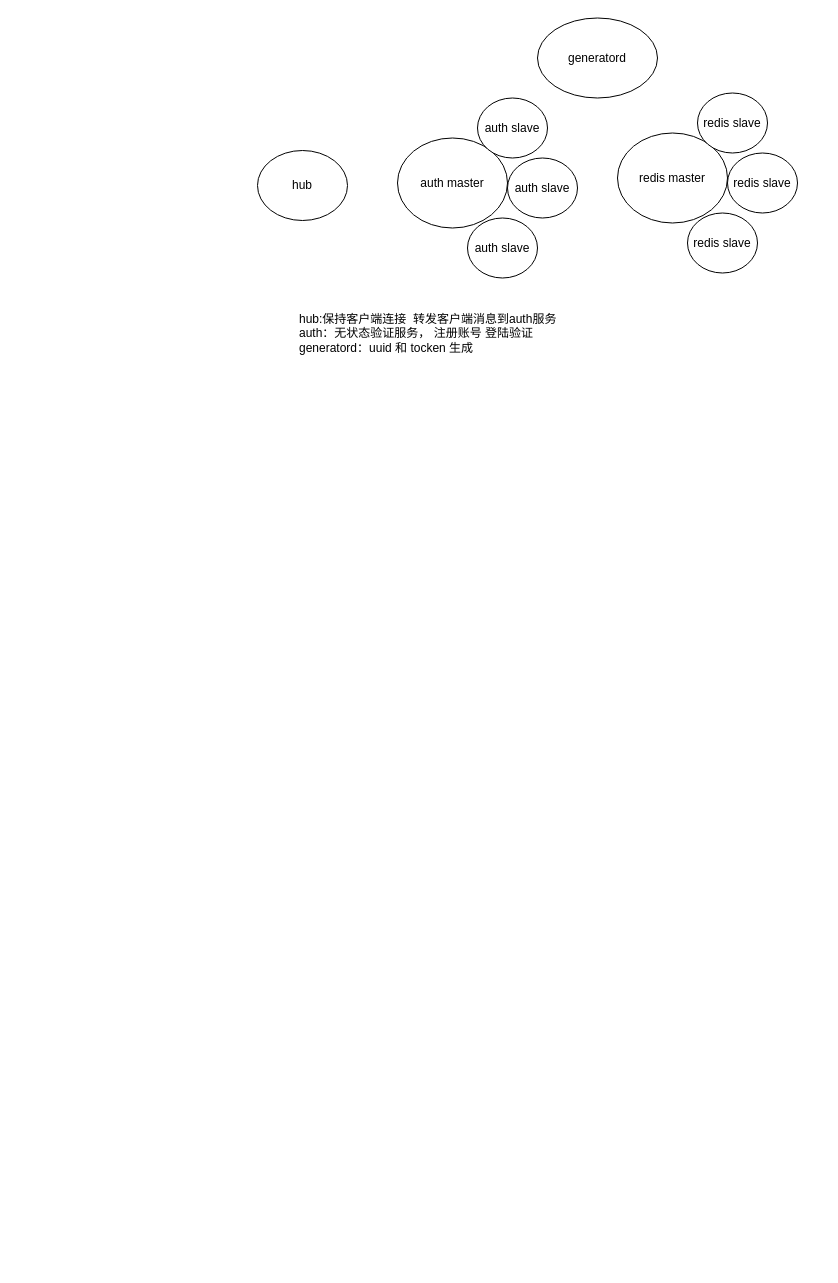
Earlier version of the draw.io diagram page "第 2 页" (1 of 2) of skynet_server/skynet/lualib/skynet/test.drawio (dingqinghui/network). Source tidied: cells renumbered, new cells numbered last; positions are measured from the earlier drawing's top-left corner, leaving out a move shared by most shapes. Both pictures are drawn from the tidied source at 100%, with x=0, y=0 at pixel (257, 17).
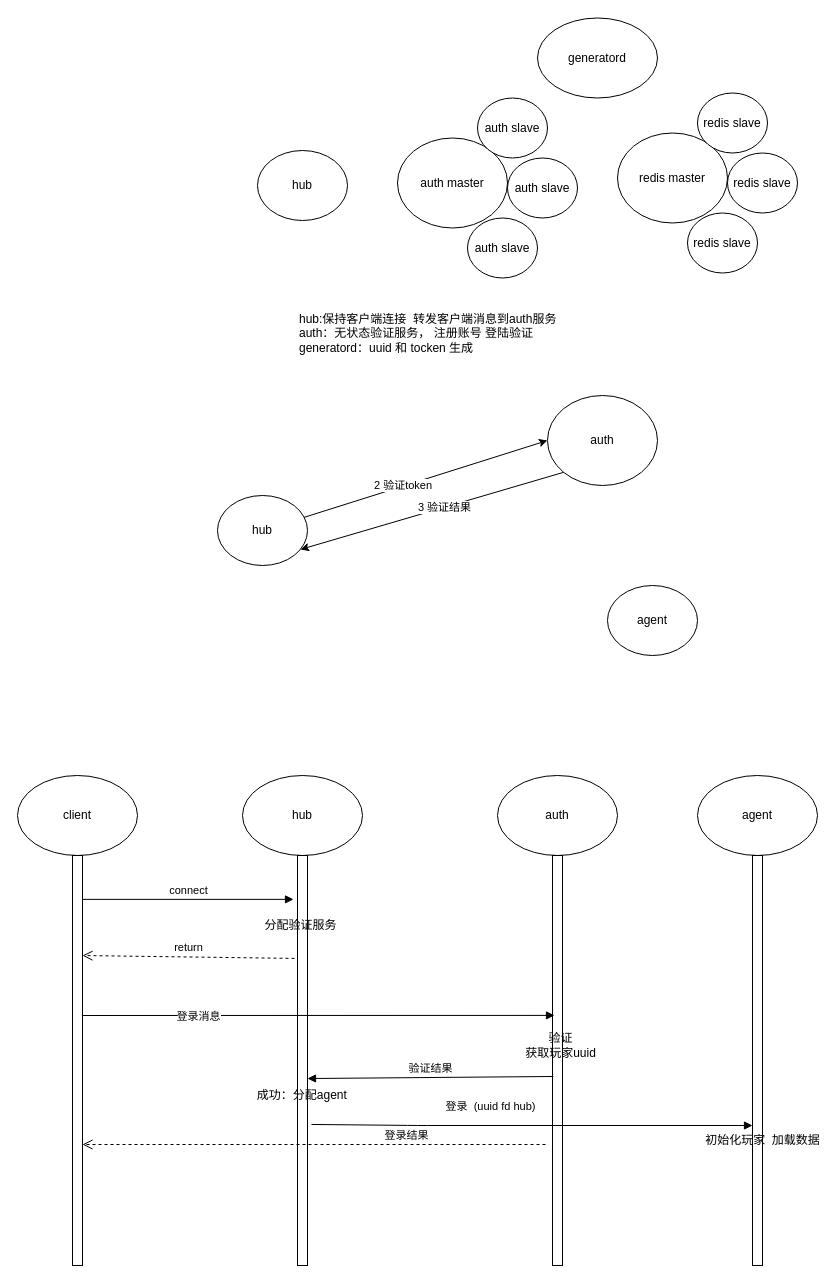
The same diagram, later.

What changed in the source:
```diff
@@
+    <mxCell id="13" value="hub" style="ellipse;whiteSpace=wrap;html=1;" parent="1" vertex="1">
+      <mxGeometry x="-40" y="478" width="90" height="70" as="geometry" />
+    </mxCell>
+    <mxCell id="14" value="auth" style="ellipse;whiteSpace=wrap;html=1;" parent="1" vertex="1">
+      <mxGeometry x="290" y="378" width="110" height="90" as="geometry" />
+    </mxCell>
+    <mxCell id="15" value="agent" style="ellipse;whiteSpace=wrap;html=1;" parent="1" vertex="1">
+      <mxGeometry x="350" y="568" width="90" height="70" as="geometry" />
+    </mxCell>
+    <mxCell id="16" style="endArrow=classic;html=1;entryX=0;entryY=0.5;entryDx=0;entryDy=0;" parent="1" edge="1" source="13" target="14">
+      <mxGeometry relative="1" as="geometry" />
+    </mxCell>
+    <mxCell id="17" value="&amp;nbsp;2 验证token" style="edgeLabel;html=1;align=center;verticalAlign=middle;" parent="16" vertex="1">
+      <mxGeometry x="-0.2" y="2" relative="1" as="geometry" />
+    </mxCell>
+    <mxCell id="18" value="client" style="ellipse;whiteSpace=wrap;html=1;" parent="1" vertex="1">
+      <mxGeometry x="-240" y="758" width="120" height="80" as="geometry" />
+    </mxCell>
+    <mxCell id="19" style="endArrow=classic;html=1;exitX=0;exitY=1;exitDx=0;exitDy=0;entryX=0.922;entryY=0.771;entryDx=0;entryDy=0;entryPerimeter=0;" parent="1" edge="1" source="14" target="13">
+      <mxGeometry relative="1" as="geometry" />
+    </mxCell>
+    <mxCell id="20" value="3 验证结果" style="edgeLabel;html=1;align=center;verticalAlign=middle;" parent="19" vertex="1">
+      <mxGeometry x="-0.09" relative="1" as="geometry" />
+    </mxCell>
+    <mxCell id="21" style="html=1;points=[];perimeter=orthogonalPerimeter;" parent="1" vertex="1">
+      <mxGeometry x="-185" y="838" width="10" height="410" as="geometry" />
+    </mxCell>
+    <mxCell id="22" value="hub" style="ellipse;whiteSpace=wrap;html=1;" parent="1" vertex="1">
+      <mxGeometry x="-15" y="758" width="120" height="80" as="geometry" />
+    </mxCell>
+    <mxCell id="23" style="html=1;points=[];perimeter=orthogonalPerimeter;" parent="1" vertex="1">
+      <mxGeometry x="40" y="838" width="10" height="410" as="geometry" />
+    </mxCell>
+    <mxCell id="24" value="auth" style="ellipse;whiteSpace=wrap;html=1;" parent="1" vertex="1">
+      <mxGeometry x="240" y="758" width="120" height="80" as="geometry" />
+    </mxCell>
+    <mxCell id="25" style="html=1;points=[];perimeter=orthogonalPerimeter;" parent="1" vertex="1">
+      <mxGeometry x="295" y="838" width="10" height="410" as="geometry" />
+    </mxCell>
+    <mxCell id="26" value="agent" style="ellipse;whiteSpace=wrap;html=1;" parent="1" vertex="1">
+      <mxGeometry x="440" y="758" width="120" height="80" as="geometry" />
+    </mxCell>
+    <mxCell id="27" style="html=1;points=[];perimeter=orthogonalPerimeter;" parent="1" vertex="1">
+      <mxGeometry x="495" y="838" width="10" height="410" as="geometry" />
+    </mxCell>
+    <mxCell id="28" value="connect" style="html=1;verticalAlign=bottom;endArrow=block;entryX=-0.4;entryY=0.107;entryDx=0;entryDy=0;entryPerimeter=0;" parent="1" edge="1" source="21" target="23">
+      <mxGeometry relative="1" as="geometry" />
+    </mxCell>
+    <mxCell id="29" value="return" style="html=1;verticalAlign=bottom;endArrow=open;dashed=1;endSize=8;exitX=-0.3;exitY=0.251;exitDx=0;exitDy=0;exitPerimeter=0;entryX=1;entryY=0.244;entryDx=0;entryDy=0;entryPerimeter=0;" parent="1" edge="1" source="23" target="21">
+      <mxGeometry relative="1" as="geometry" />
+    </mxCell>
+    <mxCell id="30" value="分配验证服务" style="html=1;fillColor=none;strokeColor=none;" parent="1" vertex="1">
+      <mxGeometry x="-15" y="888" width="115" height="40" as="geometry" />
+    </mxCell>
+    <mxCell id="31" value="登录消息" style="html=1;verticalAlign=bottom;endArrow=block;entryX=0.2;entryY=0.39;entryDx=0;entryDy=0;entryPerimeter=0;" parent="1" edge="1" target="25">
+      <mxGeometry x="-0.51" y="-10" relative="1" as="geometry">
+        <mxPoint x="-175" y="998" as="sourcePoint" />
+      </mxGeometry>
+    </mxCell>
+    <mxCell id="32" value="验证&lt;br&gt;获取玩家uuid" style="html=1;fillColor=none;strokeColor=none;" parent="1" vertex="1">
+      <mxGeometry x="245" y="1008" width="115" height="40" as="geometry" />
+    </mxCell>
+    <mxCell id="33" value="验证结果" style="html=1;verticalAlign=bottom;endArrow=block;exitX=0.1;exitY=0.539;exitDx=0;exitDy=0;entryX=1;entryY=0.544;entryDx=0;entryDy=0;entryPerimeter=0;exitPerimeter=0;" parent="1" edge="1" source="25" target="23">
+      <mxGeometry relative="1" as="geometry" />
+    </mxCell>
+    <mxCell id="34" value="登录结果" style="html=1;verticalAlign=bottom;endArrow=open;dashed=1;endSize=8;" parent="1" edge="1">
+      <mxGeometry x="-0.4" relative="1" as="geometry">
+        <mxPoint x="288" y="1127" as="sourcePoint" />
+        <mxPoint x="-175" y="1127" as="targetPoint" />
+      </mxGeometry>
+    </mxCell>
+    <mxCell id="35" value="成功：分配agent&amp;nbsp;" style="html=1;fillColor=none;strokeColor=none;" parent="1" vertex="1">
+      <mxGeometry x="-28.8" y="1068" width="148.8" height="20" as="geometry" />
+    </mxCell>
+    <mxCell id="36" value="登录&amp;nbsp; (uuid fd hub)" style="html=1;verticalAlign=bottom;endArrow=block;exitX=1.4;exitY=0.656;exitDx=0;exitDy=0;exitPerimeter=0;" parent="1" edge="1" source="23" target="27">
+      <mxGeometry x="-0.19" y="10" relative="1" as="geometry">
+        <Array as="points">
+          <mxPoint x="160" y="1108" />
+        </Array>
+      </mxGeometry>
+    </mxCell>
+    <mxCell id="37" value="初始化玩家&amp;nbsp; 加载数据" style="html=1;fillColor=none;strokeColor=none;" parent="1" vertex="1">
+      <mxGeometry x="448.8" y="1108" width="112.5" height="30" as="geometry" />
+    </mxCell>
```
